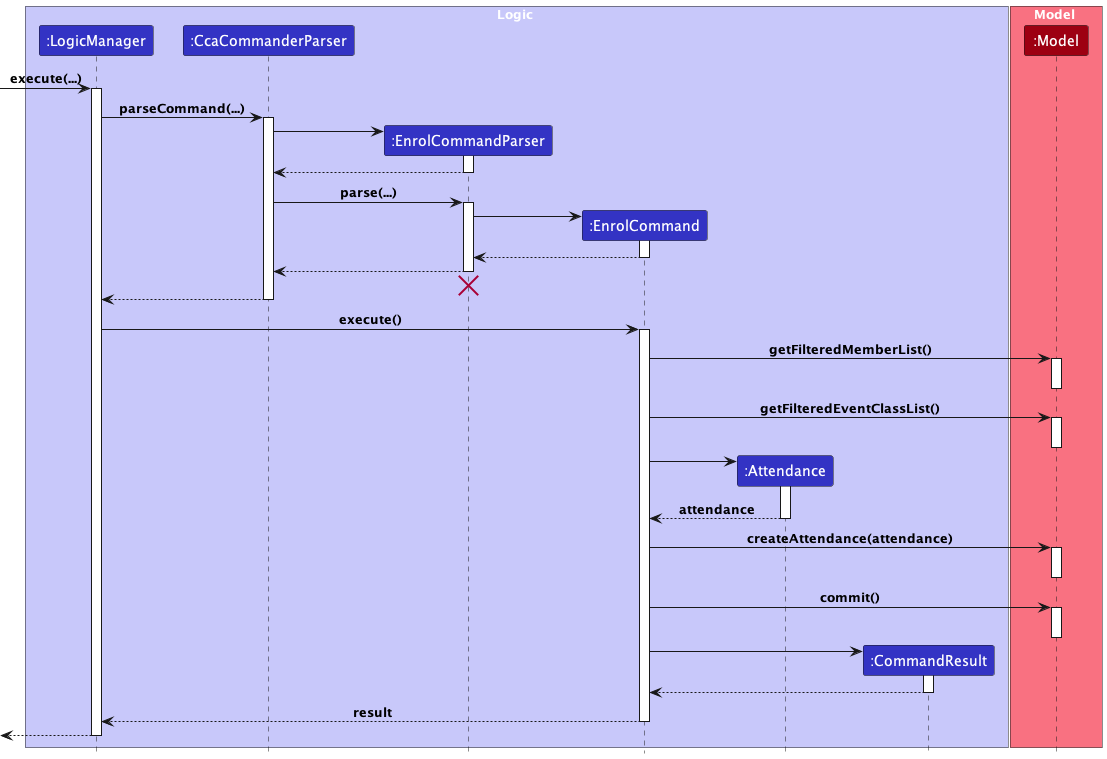
nus-cs2103-AY2324S1/tp keeps this PlantUML diagram as docs/images/EnrolSequenceDiagram.png. Above is the earlier version. Its diagram source:
```plantuml
@startuml
!include style.puml

box Logic LOGIC_COLOR_T1
participant ":LogicManager" as LogicManager LOGIC_COLOR
participant ":CcaCommanderParser" as CcaCommanderParser LOGIC_COLOR
participant ":EnrolCommandParser" as EnrolCommandParser LOGIC_COLOR
participant ":EnrolCommand" as EnrolCommand LOGIC_COLOR
participant ":Attendance" as Attendance LOGIC_COLOR
participant ":CommandResult" as CommandResult LOGIC_COLOR
end box

box Model MODEL_COLOR_T1
participant ":Model" as Model MODEL_COLOR
end box

[-> LogicManager : execute(...)
activate LogicManager

LogicManager -> CcaCommanderParser : parseCommand(...)
activate CcaCommanderParser

create EnrolCommandParser
CcaCommanderParser -> EnrolCommandParser
activate EnrolCommandParser

EnrolCommandParser --> CcaCommanderParser
deactivate EnrolCommandParser

CcaCommanderParser -> EnrolCommandParser: parse(...)
activate EnrolCommandParser

create EnrolCommand
EnrolCommandParser -> EnrolCommand
activate EnrolCommand

EnrolCommand --> EnrolCommandParser
deactivate EnrolCommand

EnrolCommandParser --> CcaCommanderParser
deactivate EnrolCommandParser
EnrolCommandParser -[hidden]-> CcaCommanderParser
destroy EnrolCommandParser

CcaCommanderParser --> LogicManager
deactivate CcaCommanderParser

LogicManager -> EnrolCommand : execute()
activate EnrolCommand

EnrolCommand -> Model : getFilteredMemberList()
activate Model
deactivate Model

EnrolCommand -> Model : getFilteredEventClassList()
activate Model
deactivate Model

create Attendance
EnrolCommand -> Attendance
activate Attendance
Attendance --> EnrolCommand : attendance
deactivate Attendance

EnrolCommand -> Model : createAttendance(attendance)
activate Model
deactivate Model

EnrolCommand -> Model : commit()
activate Model
deactivate Model

create CommandResult
EnrolCommand -> CommandResult
activate CommandResult

CommandResult --> EnrolCommand
deactivate CommandResult

EnrolCommand --> LogicManager : result
deactivate EnrolCommand

[<--LogicManager
deactivate LogicManager
@enduml
```
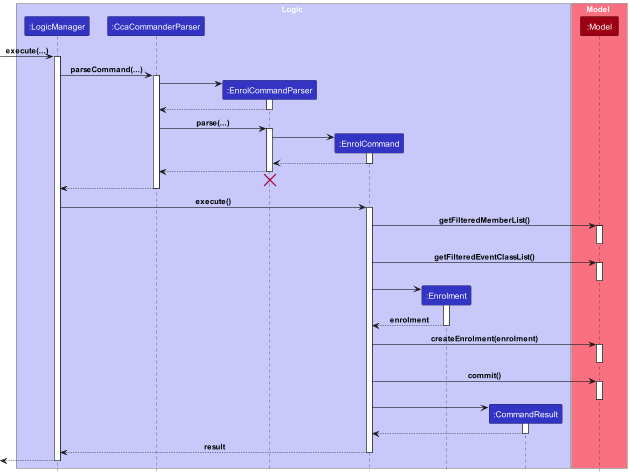
Later version of the same file.

What changed in the source:
```diff
@@ -6,7 +6,7 @@
 participant ":CcaCommanderParser" as CcaCommanderParser LOGIC_COLOR
 participant ":EnrolCommandParser" as EnrolCommandParser LOGIC_COLOR
 participant ":EnrolCommand" as EnrolCommand LOGIC_COLOR
-participant ":Attendance" as Attendance LOGIC_COLOR
+participant ":Enrolment" as Enrolment LOGIC_COLOR
 participant ":CommandResult" as CommandResult LOGIC_COLOR
 end box
 
@@ -56,13 +56,13 @@
 activate Model
 deactivate Model
 
-create Attendance
-EnrolCommand -> Attendance
-activate Attendance
-Attendance --> EnrolCommand : attendance
-deactivate Attendance
+create Enrolment
+EnrolCommand -> Enrolment
+activate Enrolment
+Enrolment --> EnrolCommand : enrolment
+deactivate Enrolment
 
-EnrolCommand -> Model : createAttendance(attendance)
+EnrolCommand -> Model : createEnrolment(enrolment)
 activate Model
 deactivate Model
 
```
